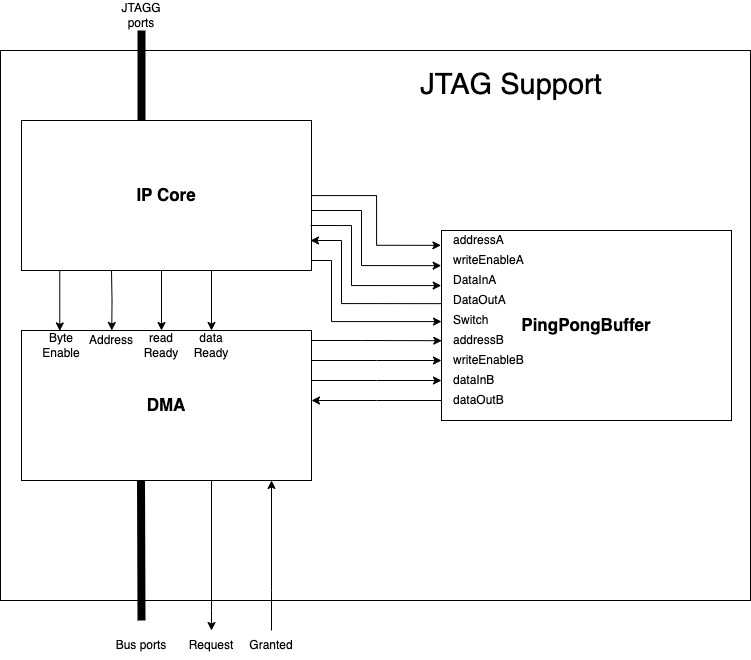
Before: notes/image/JTAG_support.drawio.png, a diagram exported from draw.io (nosloc/JATG_support_for_Gecko5Education). Source tidied: cells renumbered, new cells last; positions are measured from the earlier drawing's top-left corner, leaving out a move shared by most shapes. Source of this version:
```xml
<mxGraphModel>
  <root>
    <mxCell id="0" />
    <mxCell id="1" parent="0" />
    <mxCell id="2" style="rounded=0;whiteSpace=wrap;html=1;align=left;" parent="1" vertex="1">
      <mxGeometry y="50" width="750" height="550" as="geometry" />
    </mxCell>
    <mxCell id="3" value="&lt;font style=&quot;font-size: 17px;&quot;&gt;&lt;b&gt;IP Core&lt;/b&gt;&lt;/font&gt;" style="rounded=0;whiteSpace=wrap;html=1;" parent="1" vertex="1">
      <mxGeometry x="21" y="120" width="290" height="150" as="geometry" />
    </mxCell>
    <mxCell id="4" style="edgeStyle=orthogonalEdgeStyle;rounded=0;jettySize=auto;html=1;" parent="1" edge="1" source="5">
      <mxGeometry relative="1" as="geometry">
        <mxPoint x="211" y="630" as="targetPoint" />
        <Array as="points">
          <mxPoint x="211" y="610" />
          <mxPoint x="211" y="610" />
        </Array>
      </mxGeometry>
    </mxCell>
    <mxCell id="5" value="&lt;font style=&quot;font-size: 17px;&quot;&gt;&lt;b&gt;DMA&lt;/b&gt;&lt;/font&gt;" style="rounded=0;whiteSpace=wrap;html=1;" parent="1" vertex="1">
      <mxGeometry x="21" y="330" width="290" height="150" as="geometry" />
    </mxCell>
    <mxCell id="6" value="&lt;font style=&quot;font-size: 17px;&quot;&gt;&lt;b&gt;PingPongBuffer&lt;/b&gt;&lt;/font&gt;" style="rounded=0;whiteSpace=wrap;html=1;" parent="1" vertex="1">
      <mxGeometry x="441" y="230" width="290" height="190" as="geometry" />
    </mxCell>
    <mxCell id="7" style="edgeStyle=orthogonalEdgeStyle;rounded=0;jettySize=auto;html=1;entryX=-0.002;entryY=0.078;entryDx=0;entryDy=0;entryPerimeter=0;" parent="1" edge="1" source="3" target="6">
      <mxGeometry relative="1" as="geometry">
        <Array as="points">
          <mxPoint x="376" y="195" />
          <mxPoint x="376" y="245" />
        </Array>
      </mxGeometry>
    </mxCell>
    <mxCell id="8" style="edgeStyle=orthogonalEdgeStyle;rounded=0;jettySize=auto;html=1;entryX=-0.001;entryY=0.185;entryDx=0;entryDy=0;entryPerimeter=0;" parent="1" edge="1" target="6">
      <mxGeometry relative="1" as="geometry">
        <mxPoint x="311" y="210" as="sourcePoint" />
        <Array as="points">
          <mxPoint x="361" y="210" />
          <mxPoint x="361" y="265" />
        </Array>
      </mxGeometry>
    </mxCell>
    <mxCell id="9" style="edgeStyle=orthogonalEdgeStyle;rounded=0;jettySize=auto;html=1;entryX=-0.001;entryY=0.29;entryDx=0;entryDy=0;entryPerimeter=0;" parent="1" edge="1" target="6">
      <mxGeometry relative="1" as="geometry">
        <mxPoint x="310" y="225" as="sourcePoint" />
        <Array as="points">
          <mxPoint x="351" y="225" />
          <mxPoint x="351" y="285" />
        </Array>
      </mxGeometry>
    </mxCell>
    <mxCell id="10" style="edgeStyle=orthogonalEdgeStyle;rounded=0;jettySize=auto;html=1;entryX=-0.001;entryY=0.385;entryDx=0;entryDy=0;entryPerimeter=0;startArrow=classic;startFill=1;endArrow=none;" parent="1" edge="1" target="6">
      <mxGeometry relative="1" as="geometry">
        <mxPoint x="310" y="240" as="sourcePoint" />
        <Array as="points">
          <mxPoint x="341" y="240" />
          <mxPoint x="341" y="303" />
        </Array>
      </mxGeometry>
    </mxCell>
    <mxCell id="11" style="edgeStyle=orthogonalEdgeStyle;rounded=0;orthogonalLoop=1;jettySize=auto;html=1;entryX=0.001;entryY=0.743;entryDx=0;entryDy=0;entryPerimeter=0;exitX=1;exitY=0.075;exitDx=0;exitDy=0;exitPerimeter=0;" parent="1" edge="1">
      <mxGeometry relative="1" as="geometry">
        <mxPoint x="311" y="340" as="sourcePoint" />
        <mxPoint x="441.3" y="340.2" as="targetPoint" />
        <Array as="points">
          <mxPoint x="361" y="339.8" />
          <mxPoint x="361" y="339.8" />
        </Array>
      </mxGeometry>
    </mxCell>
    <mxCell id="12" style="edgeStyle=orthogonalEdgeStyle;rounded=0;orthogonalLoop=1;jettySize=auto;html=1;entryX=0.001;entryY=0.743;entryDx=0;entryDy=0;entryPerimeter=0;exitX=1;exitY=0.075;exitDx=0;exitDy=0;exitPerimeter=0;" parent="1" edge="1">
      <mxGeometry relative="1" as="geometry">
        <mxPoint x="311" y="360" as="sourcePoint" />
        <mxPoint x="441" y="360" as="targetPoint" />
        <Array as="points">
          <mxPoint x="376" y="360" />
        </Array>
      </mxGeometry>
    </mxCell>
    <mxCell id="13" style="edgeStyle=orthogonalEdgeStyle;rounded=0;orthogonalLoop=1;jettySize=auto;html=1;entryX=0.001;entryY=0.743;entryDx=0;entryDy=0;entryPerimeter=0;exitX=1;exitY=0.075;exitDx=0;exitDy=0;exitPerimeter=0;" parent="1" edge="1">
      <mxGeometry relative="1" as="geometry">
        <mxPoint x="311" y="380" as="sourcePoint" />
        <mxPoint x="441" y="380" as="targetPoint" />
        <Array as="points">
          <mxPoint x="376" y="380" />
        </Array>
      </mxGeometry>
    </mxCell>
    <mxCell id="14" style="edgeStyle=orthogonalEdgeStyle;rounded=0;orthogonalLoop=1;jettySize=auto;html=1;entryX=0.001;entryY=0.743;entryDx=0;entryDy=0;entryPerimeter=0;exitX=1;exitY=0.075;exitDx=0;exitDy=0;exitPerimeter=0;endArrow=none;endFill=1;startFill=1;startArrow=classic;" parent="1" edge="1">
      <mxGeometry relative="1" as="geometry">
        <mxPoint x="311" y="400" as="sourcePoint" />
        <mxPoint x="441" y="400" as="targetPoint" />
        <Array as="points">
          <mxPoint x="376" y="400" />
        </Array>
      </mxGeometry>
    </mxCell>
    <mxCell id="15" style="edgeStyle=orthogonalEdgeStyle;rounded=0;jettySize=auto;html=1;" parent="1" edge="1" target="6">
      <mxGeometry relative="1" as="geometry">
        <mxPoint x="311" y="260" as="sourcePoint" />
        <Array as="points">
          <mxPoint x="331" y="260" />
          <mxPoint x="331" y="321" />
        </Array>
      </mxGeometry>
    </mxCell>
    <mxCell id="16" value="addressA" style="text;html=1;align=left;verticalAlign=middle;whiteSpace=wrap;rounded=0;" parent="1" vertex="1">
      <mxGeometry x="451" y="230" width="50" height="20" as="geometry" />
    </mxCell>
    <mxCell id="17" value="writeEnableA" style="text;html=1;align=left;verticalAlign=middle;whiteSpace=wrap;rounded=0;" parent="1" vertex="1">
      <mxGeometry x="451" y="250" width="70" height="20" as="geometry" />
    </mxCell>
    <mxCell id="18" value="DataInA" style="text;html=1;align=left;verticalAlign=middle;whiteSpace=wrap;rounded=0;" parent="1" vertex="1">
      <mxGeometry x="451" y="270" width="50" height="20" as="geometry" />
    </mxCell>
    <mxCell id="19" value="DataOutA" style="text;html=1;align=left;verticalAlign=middle;whiteSpace=wrap;rounded=0;" parent="1" vertex="1">
      <mxGeometry x="451" y="290" width="50" height="20" as="geometry" />
    </mxCell>
    <mxCell id="20" value="Switch" style="text;html=1;align=left;verticalAlign=middle;whiteSpace=wrap;rounded=0;" parent="1" vertex="1">
      <mxGeometry x="451" y="310" width="50" height="20" as="geometry" />
    </mxCell>
    <mxCell id="21" value="addressB" style="text;html=1;align=left;verticalAlign=middle;whiteSpace=wrap;rounded=0;" parent="1" vertex="1">
      <mxGeometry x="451" y="330" width="50" height="20" as="geometry" />
    </mxCell>
    <mxCell id="22" value="writeEnableB" style="text;html=1;align=left;verticalAlign=middle;whiteSpace=wrap;rounded=0;" parent="1" vertex="1">
      <mxGeometry x="451" y="350" width="70" height="20" as="geometry" />
    </mxCell>
    <mxCell id="23" value="dataInB" style="text;html=1;align=left;verticalAlign=middle;whiteSpace=wrap;rounded=0;" parent="1" vertex="1">
      <mxGeometry x="451" y="370" width="50" height="20" as="geometry" />
    </mxCell>
    <mxCell id="24" value="dataOutB" style="text;html=1;align=left;verticalAlign=middle;whiteSpace=wrap;rounded=0;" parent="1" vertex="1">
      <mxGeometry x="451" y="390" width="50" height="20" as="geometry" />
    </mxCell>
    <mxCell id="25" style="endArrow=none;html=1;rounded=0;strokeWidth=8;" parent="1" edge="1">
      <mxGeometry relative="1" as="geometry">
        <mxPoint x="141" y="120" as="sourcePoint" />
        <mxPoint x="141" y="30" as="targetPoint" />
      </mxGeometry>
    </mxCell>
    <mxCell id="26" value="JTAGG ports" style="text;html=1;align=center;verticalAlign=middle;whiteSpace=wrap;rounded=0;" parent="1" vertex="1">
      <mxGeometry x="111" width="60" height="30" as="geometry" />
    </mxCell>
    <mxCell id="27" style="endArrow=none;html=1;rounded=0;strokeWidth=8;" parent="1" edge="1">
      <mxGeometry relative="1" as="geometry">
        <mxPoint x="141" y="620" as="sourcePoint" />
        <mxPoint x="140.5" y="480" as="targetPoint" />
      </mxGeometry>
    </mxCell>
    <mxCell id="28" value="Bus ports" style="text;html=1;align=center;verticalAlign=middle;whiteSpace=wrap;rounded=0;" parent="1" vertex="1">
      <mxGeometry x="101" y="630" width="80" height="30" as="geometry" />
    </mxCell>
    <mxCell id="29" style="edgeStyle=orthogonalEdgeStyle;rounded=0;orthogonalLoop=1;jettySize=auto;html=1;entryX=0.132;entryY=0.003;entryDx=0;entryDy=0;entryPerimeter=0;exitX=0.275;exitY=1.002;exitDx=0;exitDy=0;exitPerimeter=0;" parent="1" edge="1">
      <mxGeometry relative="1" as="geometry">
        <mxPoint x="111" y="270.3" as="sourcePoint" />
        <mxPoint x="111.2" y="330" as="targetPoint" />
      </mxGeometry>
    </mxCell>
    <mxCell id="30" style="edgeStyle=orthogonalEdgeStyle;rounded=0;orthogonalLoop=1;jettySize=auto;html=1;entryX=0.132;entryY=0.003;entryDx=0;entryDy=0;entryPerimeter=0;exitX=0.275;exitY=1.002;exitDx=0;exitDy=0;exitPerimeter=0;" parent="1" edge="1">
      <mxGeometry relative="1" as="geometry">
        <mxPoint x="161" y="270" as="sourcePoint" />
        <mxPoint x="161" y="330" as="targetPoint" />
      </mxGeometry>
    </mxCell>
    <mxCell id="31" style="edgeStyle=orthogonalEdgeStyle;rounded=0;orthogonalLoop=1;jettySize=auto;html=1;entryX=0.132;entryY=0.003;entryDx=0;entryDy=0;entryPerimeter=0;exitX=0.275;exitY=1.002;exitDx=0;exitDy=0;exitPerimeter=0;" parent="1" edge="1">
      <mxGeometry relative="1" as="geometry">
        <mxPoint x="211" y="270" as="sourcePoint" />
        <mxPoint x="211" y="330" as="targetPoint" />
      </mxGeometry>
    </mxCell>
    <mxCell id="32" style="edgeStyle=orthogonalEdgeStyle;rounded=0;jettySize=auto;html=1;exitX=0.132;exitY=1.001;exitDx=0;exitDy=0;exitPerimeter=0;entryX=0.132;entryY=0.003;entryDx=0;entryDy=0;entryPerimeter=0;" parent="1" edge="1" source="3" target="5">
      <mxGeometry x="1" y="10" relative="1" as="geometry">
        <mxPoint x="-10" y="10" as="offset" />
      </mxGeometry>
    </mxCell>
    <mxCell id="33" value="Byte&lt;div&gt;Enable&lt;/div&gt;" style="text;html=1;align=center;verticalAlign=middle;whiteSpace=wrap;rounded=0;" parent="1" vertex="1">
      <mxGeometry x="31" y="330" width="60" height="30" as="geometry" />
    </mxCell>
    <mxCell id="34" value="Address" style="text;html=1;align=center;verticalAlign=middle;whiteSpace=wrap;rounded=0;" parent="1" vertex="1">
      <mxGeometry x="81" y="325" width="60" height="30" as="geometry" />
    </mxCell>
    <mxCell id="35" value="read&lt;div&gt;Ready&lt;/div&gt;" style="text;html=1;align=center;verticalAlign=middle;whiteSpace=wrap;rounded=0;" parent="1" vertex="1">
      <mxGeometry x="131" y="330" width="60" height="30" as="geometry" />
    </mxCell>
    <mxCell id="36" value="data&lt;br&gt;&lt;div&gt;Ready&lt;/div&gt;" style="text;html=1;align=center;verticalAlign=middle;whiteSpace=wrap;rounded=0;" parent="1" vertex="1">
      <mxGeometry x="181" y="330" width="60" height="30" as="geometry" />
    </mxCell>
    <mxCell id="37" style="edgeStyle=orthogonalEdgeStyle;rounded=0;orthogonalLoop=1;jettySize=auto;html=1;startArrow=classic;startFill=1;endArrow=none;" parent="1" edge="1">
      <mxGeometry relative="1" as="geometry">
        <mxPoint x="271" y="479.9" as="sourcePoint" />
        <mxPoint x="271" y="630" as="targetPoint" />
        <Array as="points">
          <mxPoint x="271" y="590" />
          <mxPoint x="271" y="590" />
        </Array>
      </mxGeometry>
    </mxCell>
    <mxCell id="38" value="Request" style="text;html=1;align=center;verticalAlign=middle;whiteSpace=wrap;rounded=0;" parent="1" vertex="1">
      <mxGeometry x="171" y="630" width="80" height="30" as="geometry" />
    </mxCell>
    <mxCell id="39" value="Granted" style="text;html=1;align=center;verticalAlign=middle;whiteSpace=wrap;rounded=0;" parent="1" vertex="1">
      <mxGeometry x="231" y="630" width="80" height="30" as="geometry" />
    </mxCell>
    <mxCell id="40" value="&lt;font style=&quot;font-size: 29px;&quot;&gt;JTAG Support&lt;/font&gt;" style="text;html=1;align=center;verticalAlign=middle;whiteSpace=wrap;rounded=0;" parent="1" vertex="1">
      <mxGeometry x="371" y="60" width="280" height="50" as="geometry" />
    </mxCell>
  </root>
</mxGraphModel>
```
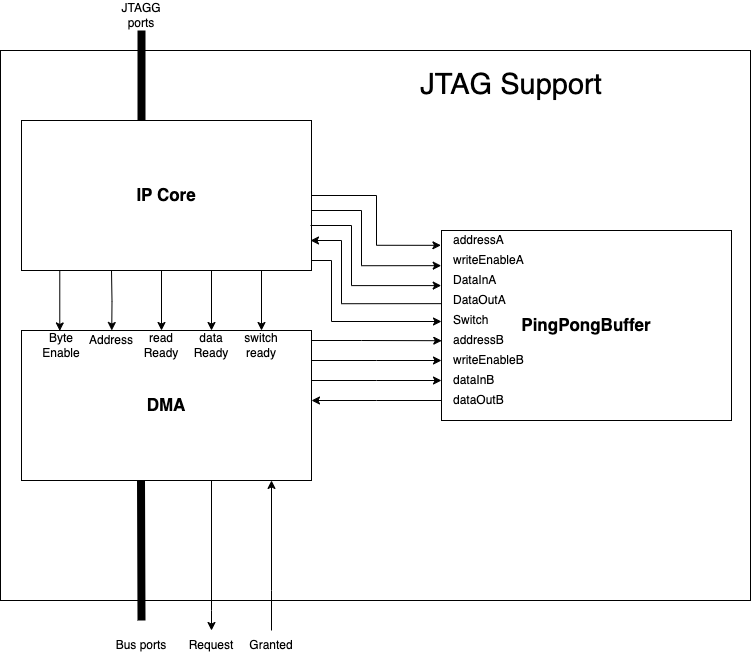
After the change.

Commit message:
Simulation working for reading and writting sinlge word to memory using the JTAG support component

Change to the diagram source:
```diff
@@ -203,5 +203,14 @@
     <mxCell id="40" value="&lt;font style=&quot;font-size: 29px;&quot;&gt;JTAG Support&lt;/font&gt;" style="text;html=1;align=center;verticalAlign=middle;whiteSpace=wrap;rounded=0;" parent="1" vertex="1">
       <mxGeometry x="371" y="60" width="280" height="50" as="geometry" />
     </mxCell>
+    <mxCell id="41" style="edgeStyle=orthogonalEdgeStyle;rounded=0;orthogonalLoop=1;jettySize=auto;html=1;entryX=0.132;entryY=0.003;entryDx=0;entryDy=0;entryPerimeter=0;exitX=0.275;exitY=1.002;exitDx=0;exitDy=0;exitPerimeter=0;" parent="1" edge="1">
+      <mxGeometry relative="1" as="geometry">
+        <mxPoint x="261" y="270" as="sourcePoint" />
+        <mxPoint x="261" y="330" as="targetPoint" />
+      </mxGeometry>
+    </mxCell>
+    <mxCell id="42" value="switch&lt;div&gt;ready&lt;/div&gt;" style="text;html=1;align=center;verticalAlign=middle;whiteSpace=wrap;rounded=0;" parent="1" vertex="1">
+      <mxGeometry x="231" y="330" width="60" height="30" as="geometry" />
+    </mxCell>
   </root>
 </mxGraphModel>
```
